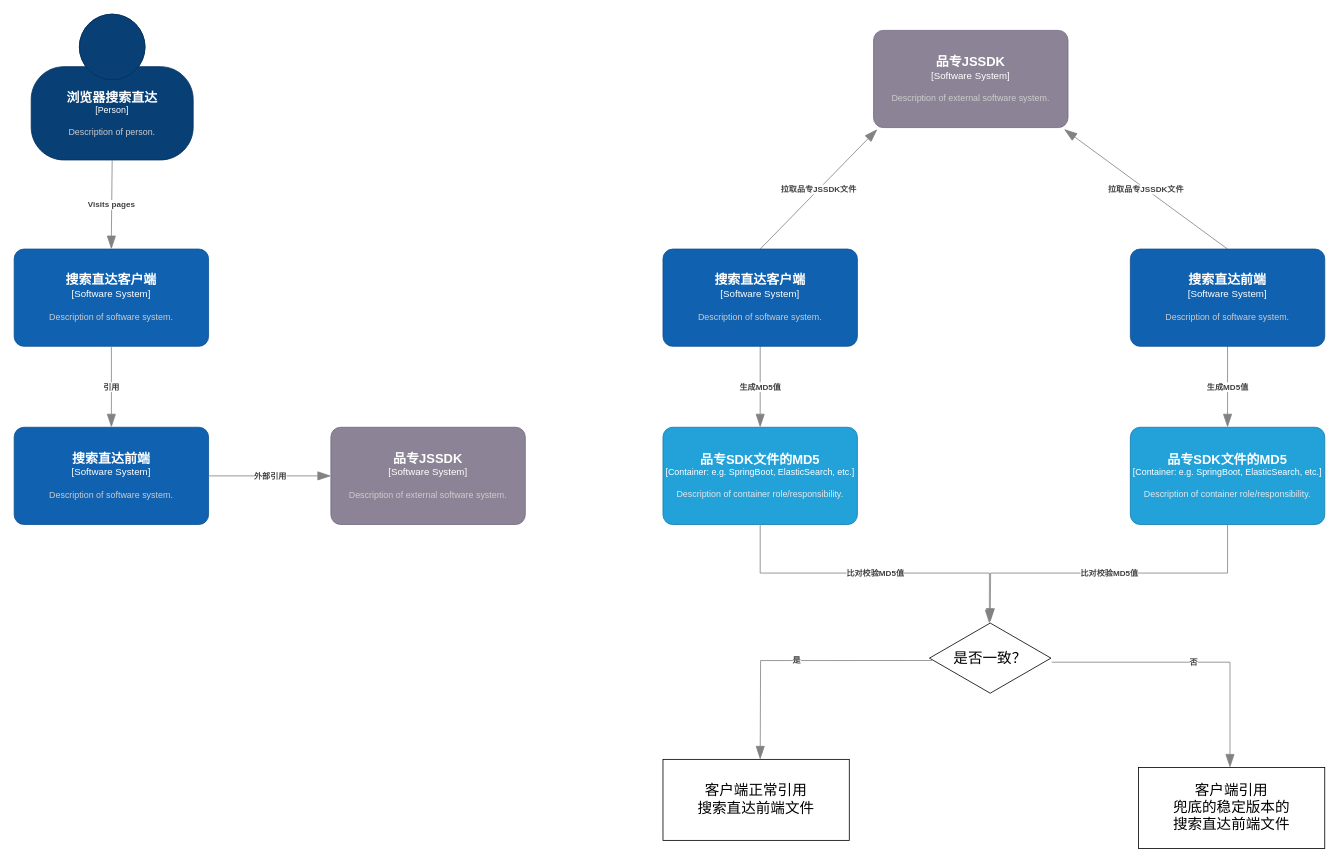
This is 搜索直达MD5作用.drawio from Hantron/jira, a draw.io file, before an edit. Source tidied: cells renumbered, new cells numbered last; positions are measured from the earlier drawing's top-left corner, leaving out a move shared by most shapes. Both pictures are drawn from the tidied source at 81%, with x=0, y=0 at pixel (14, 14).
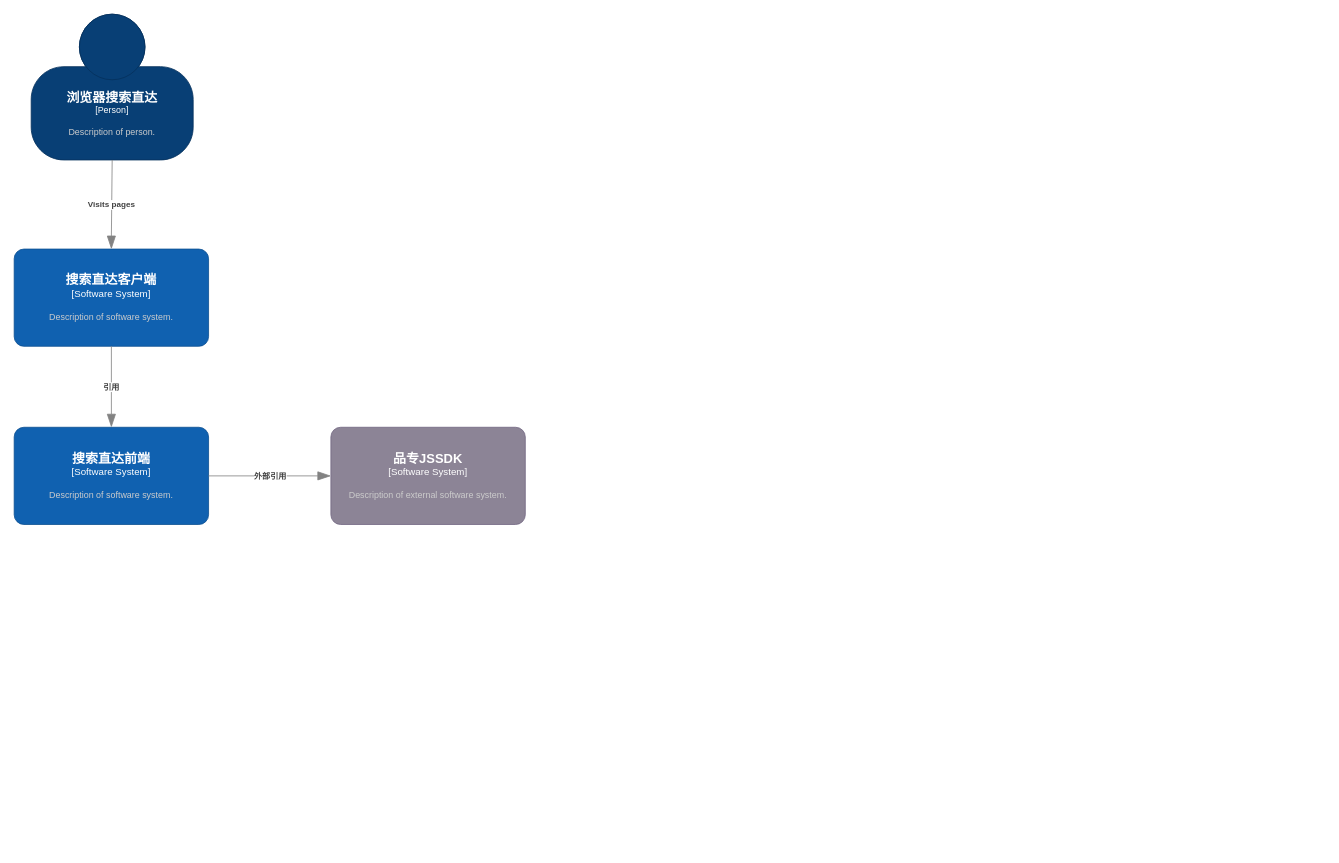
The same diagram, later.

Commit message (it also covers changes not shown here):
更新搜索直达MD5作用.drawio

Diff of the diagram source:
```diff
@@
-    <object id="2" label="&lt;div style=&quot;text-align: left&quot;&gt;&lt;div style=&quot;text-align: center&quot;&gt;&lt;b&gt;%c4Description%&lt;/b&gt;&lt;/div&gt;" c4Description="拉取品专JSSDK文件" placeholders="1">
-      <mxCell style="endArrow=blockThin;html=1;fontSize=10;fontColor=#404040;strokeWidth=1;endFill=1;strokeColor=#828282;elbow=vertical;endSize=14;startSize=14;jumpStyle=arc;jumpSize=16;rounded=0;entryX=0.019;entryY=1.017;entryDx=0;entryDy=0;entryPerimeter=0;exitX=0.5;exitY=0;exitDx=0;exitDy=0;exitPerimeter=0;" parent="1" edge="1" source="22" target="21">
-        <mxGeometry relative="1" as="geometry" />
-      </mxCell>
-    </object>
-    <object id="3" label="&lt;div style=&quot;text-align: left&quot;&gt;&lt;div style=&quot;text-align: center&quot;&gt;&lt;b&gt;%c4Description%&lt;/b&gt;&lt;/div&gt;" c4Description="拉取品专JSSDK文件" placeholders="1">
-      <mxCell style="endArrow=blockThin;html=1;fontSize=10;fontColor=#404040;strokeWidth=1;endFill=1;strokeColor=#828282;elbow=vertical;endSize=14;startSize=14;jumpStyle=arc;jumpSize=16;rounded=0;entryX=0.98;entryY=1.017;entryDx=0;entryDy=0;entryPerimeter=0;exitX=0.5;exitY=0;exitDx=0;exitDy=0;exitPerimeter=0;" parent="1" edge="1" source="23" target="21">
-        <mxGeometry relative="1" as="geometry" />
-      </mxCell>
-    </object>
-    <object id="4" label="&lt;font style=&quot;font-size: 16px&quot;&gt;&lt;b&gt;%c4Name%&lt;/b&gt;&lt;/font&gt;&lt;div&gt;[%c4Type%: %c4Technology%]&lt;/div&gt;&lt;br&gt;&lt;div&gt;&lt;font style=&quot;font-size: 11px&quot;&gt;&lt;font color=&quot;#E6E6E6&quot;&gt;%c4Description%&lt;/font&gt;&lt;/div&gt;" c4Description="Description of container role/responsibility." c4Name="品专SDK文件的MD5" c4Technology="e.g. SpringBoot, ElasticSearch, etc." c4Type="Container" placeholders="1">
-      <mxCell style="rounded=1;whiteSpace=wrap;html=1;fontSize=11;labelBackgroundColor=none;fillColor=#23A2D9;fontColor=#ffffff;align=center;arcSize=10;strokeColor=#0E7DAD;points=[[0.25,0,0],[0.5,0,0],[0.75,0,0],[1,0.25,0],[1,0.5,0],[1,0.75,0],[0.75,1,0],[0.5,1,0],[0.25,1,0],[0,0.75,0],[0,0.5,0],[0,0.25,0]];" parent="1" vertex="1">
-        <mxGeometry x="801" y="510" width="240" height="120" as="geometry" />
-      </mxCell>
-    </object>
-    <object id="5" label="&lt;div style=&quot;text-align: left&quot;&gt;&lt;div style=&quot;text-align: center&quot;&gt;&lt;b&gt;%c4Description%&lt;/b&gt;&lt;/div&gt;" c4Description="生成MD5值" placeholders="1">
-      <mxCell style="endArrow=blockThin;html=1;fontSize=10;fontColor=#404040;strokeWidth=1;endFill=1;strokeColor=#828282;elbow=vertical;endSize=14;startSize=14;jumpStyle=arc;jumpSize=16;rounded=0;edgeStyle=orthogonalEdgeStyle;exitX=0.5;exitY=1;exitDx=0;exitDy=0;exitPerimeter=0;entryX=0.5;entryY=0;entryDx=0;entryDy=0;entryPerimeter=0;" parent="1" edge="1" source="22" target="4">
-        <mxGeometry relative="1" as="geometry" />
-      </mxCell>
-    </object>
-    <object id="6" label="&lt;font style=&quot;font-size: 16px&quot;&gt;&lt;b&gt;%c4Name%&lt;/b&gt;&lt;/font&gt;&lt;div&gt;[%c4Type%: %c4Technology%]&lt;/div&gt;&lt;br&gt;&lt;div&gt;&lt;font style=&quot;font-size: 11px&quot;&gt;&lt;font color=&quot;#E6E6E6&quot;&gt;%c4Description%&lt;/font&gt;&lt;/div&gt;" c4Description="Description of container role/responsibility." c4Name="品专SDK文件的MD5" c4Technology="e.g. SpringBoot, ElasticSearch, etc." c4Type="Container" placeholders="1">
-      <mxCell style="rounded=1;whiteSpace=wrap;html=1;fontSize=11;labelBackgroundColor=none;fillColor=#23A2D9;fontColor=#ffffff;align=center;arcSize=10;strokeColor=#0E7DAD;points=[[0.25,0,0],[0.5,0,0],[0.75,0,0],[1,0.25,0],[1,0.5,0],[1,0.75,0],[0.75,1,0],[0.5,1,0],[0.25,1,0],[0,0.75,0],[0,0.5,0],[0,0.25,0]];" parent="1" vertex="1">
-        <mxGeometry x="1378" y="510" width="240" height="120" as="geometry" />
-      </mxCell>
-    </object>
-    <object id="7" label="&lt;div style=&quot;text-align: left&quot;&gt;&lt;div style=&quot;text-align: center&quot;&gt;&lt;b&gt;%c4Description%&lt;/b&gt;&lt;/div&gt;" c4Description="生成MD5值" placeholders="1">
-      <mxCell style="endArrow=blockThin;html=1;fontSize=10;fontColor=#404040;strokeWidth=1;endFill=1;strokeColor=#828282;elbow=vertical;endSize=14;startSize=14;jumpStyle=arc;jumpSize=16;rounded=0;edgeStyle=orthogonalEdgeStyle;exitX=0.5;exitY=1;exitDx=0;exitDy=0;exitPerimeter=0;entryX=0.5;entryY=0;entryDx=0;entryDy=0;entryPerimeter=0;" parent="1" edge="1" source="23" target="6">
-        <mxGeometry relative="1" as="geometry" />
-      </mxCell>
-    </object>
-    <mxCell id="8" value="&lt;font style=&quot;font-size: 18px;&quot;&gt;是否一致？&lt;/font&gt;" style="html=1;whiteSpace=wrap;shape=isoRectangle;" parent="1" vertex="1">
-      <mxGeometry x="1130" y="750" width="150" height="90" as="geometry" />
-    </mxCell>
-    <object id="9" label="&lt;div style=&quot;text-align: left&quot;&gt;&lt;div style=&quot;text-align: center&quot;&gt;&lt;b&gt;%c4Description%&lt;/b&gt;&lt;/div&gt;" c4Description="比对校验MD5值" placeholders="1">
-      <mxCell style="endArrow=blockThin;html=1;fontSize=10;fontColor=#404040;strokeWidth=1;endFill=1;strokeColor=#828282;elbow=vertical;endSize=14;startSize=14;jumpStyle=arc;jumpSize=16;rounded=0;edgeStyle=orthogonalEdgeStyle;exitX=0.5;exitY=1;exitDx=0;exitDy=0;exitPerimeter=0;entryX=0.493;entryY=0.022;entryDx=0;entryDy=0;entryPerimeter=0;" parent="1" edge="1" source="4" target="8">
-        <mxGeometry relative="1" as="geometry" />
-      </mxCell>
-    </object>
-    <object id="10" label="&lt;div style=&quot;text-align: left&quot;&gt;&lt;div style=&quot;text-align: center&quot;&gt;&lt;b&gt;%c4Description%&lt;/b&gt;&lt;/div&gt;" c4Description="比对校验MD5值" placeholders="1">
-      <mxCell style="endArrow=blockThin;html=1;fontSize=10;fontColor=#404040;strokeWidth=1;endFill=1;strokeColor=#828282;elbow=vertical;endSize=14;startSize=14;jumpStyle=arc;jumpSize=16;rounded=0;edgeStyle=orthogonalEdgeStyle;exitX=0.5;exitY=1;exitDx=0;exitDy=0;exitPerimeter=0;" parent="1" edge="1" source="6">
-        <mxGeometry relative="1" as="geometry">
-          <mxPoint x="1205" y="750" as="targetPoint" />
-        </mxGeometry>
-      </mxCell>
-    </object>
-    <object id="11" label="&lt;div style=&quot;text-align: left&quot;&gt;&lt;div style=&quot;text-align: center&quot;&gt;&lt;b&gt;%c4Description%&lt;/b&gt;&lt;/div&gt;" c4Description="是" placeholders="1">
-      <mxCell style="endArrow=blockThin;html=1;fontSize=10;fontColor=#404040;strokeWidth=1;endFill=1;strokeColor=#828282;elbow=vertical;endSize=14;startSize=14;jumpStyle=arc;jumpSize=16;rounded=0;edgeStyle=orthogonalEdgeStyle;exitX=0.02;exitY=0.533;exitDx=0;exitDy=0;exitPerimeter=0;" parent="1" edge="1" source="8">
-        <mxGeometry relative="1" as="geometry">
-          <mxPoint x="921" y="920" as="targetPoint" />
-        </mxGeometry>
-      </mxCell>
-    </object>
-    <object id="12" label="&lt;div style=&quot;text-align: left&quot;&gt;&lt;div style=&quot;text-align: center&quot;&gt;&lt;b&gt;%c4Description%&lt;/b&gt;&lt;/div&gt;" c4Description="否" placeholders="1">
-      <mxCell style="endArrow=blockThin;html=1;fontSize=10;fontColor=#404040;strokeWidth=1;endFill=1;strokeColor=#828282;elbow=vertical;endSize=14;startSize=14;jumpStyle=arc;jumpSize=16;rounded=0;edgeStyle=orthogonalEdgeStyle;" parent="1" edge="1">
-        <mxGeometry relative="1" as="geometry">
-          <mxPoint x="1281" y="800" as="sourcePoint" />
-          <mxPoint x="1501" y="930" as="targetPoint" />
-          <Array as="points">
-            <mxPoint x="1501" y="800" />
-          </Array>
-        </mxGeometry>
-      </mxCell>
-    </object>
-    <mxCell id="13" value="&lt;font style=&quot;font-size: 18px;&quot;&gt;客户端正常引用&lt;br&gt;搜索直达前端文件&lt;/font&gt;" style="rounded=0;whiteSpace=wrap;html=1;" parent="1" vertex="1">
-      <mxGeometry x="801" y="920" width="230" height="100" as="geometry" />
-    </mxCell>
@@
-    <object id="21" label="&lt;font style=&quot;font-size: 16px&quot;&gt;&lt;b&gt;%c4Name%&lt;/b&gt;&lt;/font&gt;&lt;div&gt;[%c4Type%]&lt;/div&gt;&lt;br&gt;&lt;div&gt;&lt;font style=&quot;font-size: 11px&quot;&gt;&lt;font color=&quot;#cccccc&quot;&gt;%c4Description%&lt;/font&gt;&lt;/div&gt;" c4Description="Description of external software system." c4Name="品专JSSDK" c4Type="Software System" placeholders="1">
-      <mxCell style="rounded=1;whiteSpace=wrap;html=1;labelBackgroundColor=none;fillColor=#8C8496;fontColor=#ffffff;align=center;arcSize=10;strokeColor=#736782;points=[[0.25,0,0],[0.5,0,0],[0.75,0,0],[1,0.25,0],[1,0.5,0],[1,0.75,0],[0.75,1,0],[0.5,1,0],[0.25,1,0],[0,0.75,0],[0,0.5,0],[0,0.25,0]];" parent="1" vertex="1">
-        <mxGeometry x="1061" y="20" width="240" height="120" as="geometry" />
-      </mxCell>
-    </object>
-    <object id="22" label="&lt;font style=&quot;font-size: 16px&quot;&gt;&lt;b&gt;%c4Name%&lt;/b&gt;&lt;/font&gt;&lt;div&gt;[%c4Type%]&lt;/div&gt;&lt;br&gt;&lt;div&gt;&lt;font style=&quot;font-size: 11px&quot;&gt;&lt;font color=&quot;#cccccc&quot;&gt;%c4Description%&lt;/font&gt;&lt;/div&gt;" c4Description="Description of software system." c4Name="搜索直达客户端" c4Type="Software System" placeholders="1">
-      <mxCell style="rounded=1;whiteSpace=wrap;html=1;labelBackgroundColor=none;fillColor=#1061B0;fontColor=#ffffff;align=center;arcSize=10;strokeColor=#0D5091;points=[[0.25,0,0],[0.5,0,0],[0.75,0,0],[1,0.25,0],[1,0.5,0],[1,0.75,0],[0.75,1,0],[0.5,1,0],[0.25,1,0],[0,0.75,0],[0,0.5,0],[0,0.25,0]];" parent="1" vertex="1">
-        <mxGeometry x="801" y="290" width="240" height="120" as="geometry" />
-      </mxCell>
-    </object>
-    <object id="23" label="&lt;font style=&quot;font-size: 16px&quot;&gt;&lt;b&gt;%c4Name%&lt;/b&gt;&lt;/font&gt;&lt;div&gt;[%c4Type%]&lt;/div&gt;&lt;br&gt;&lt;div&gt;&lt;font style=&quot;font-size: 11px&quot;&gt;&lt;font color=&quot;#cccccc&quot;&gt;%c4Description%&lt;/font&gt;&lt;/div&gt;" c4Description="Description of software system." c4Name="搜索直达前端" c4Type="Software System" placeholders="1">
-      <mxCell style="rounded=1;whiteSpace=wrap;html=1;labelBackgroundColor=none;fillColor=#1061B0;fontColor=#ffffff;align=center;arcSize=10;strokeColor=#0D5091;points=[[0.25,0,0],[0.5,0,0],[0.75,0,0],[1,0.25,0],[1,0.5,0],[1,0.75,0],[0.75,1,0],[0.5,1,0],[0.25,1,0],[0,0.75,0],[0,0.5,0],[0,0.25,0]];" parent="1" vertex="1">
-        <mxGeometry x="1378" y="290" width="240" height="120" as="geometry" />
-      </mxCell>
-    </object>
-    <mxCell id="24" value="&lt;font style=&quot;font-size: 18px;&quot;&gt;客户端引用&lt;br style=&quot;border-color: var(--border-color);&quot;&gt;兜底的稳定版本的&lt;br style=&quot;border-color: var(--border-color);&quot;&gt;搜索直达前端文件&lt;/font&gt;" style="rounded=0;whiteSpace=wrap;html=1;" parent="1" vertex="1">
-      <mxGeometry x="1388" y="930" width="230" height="100" as="geometry" />
-    </mxCell>
```
